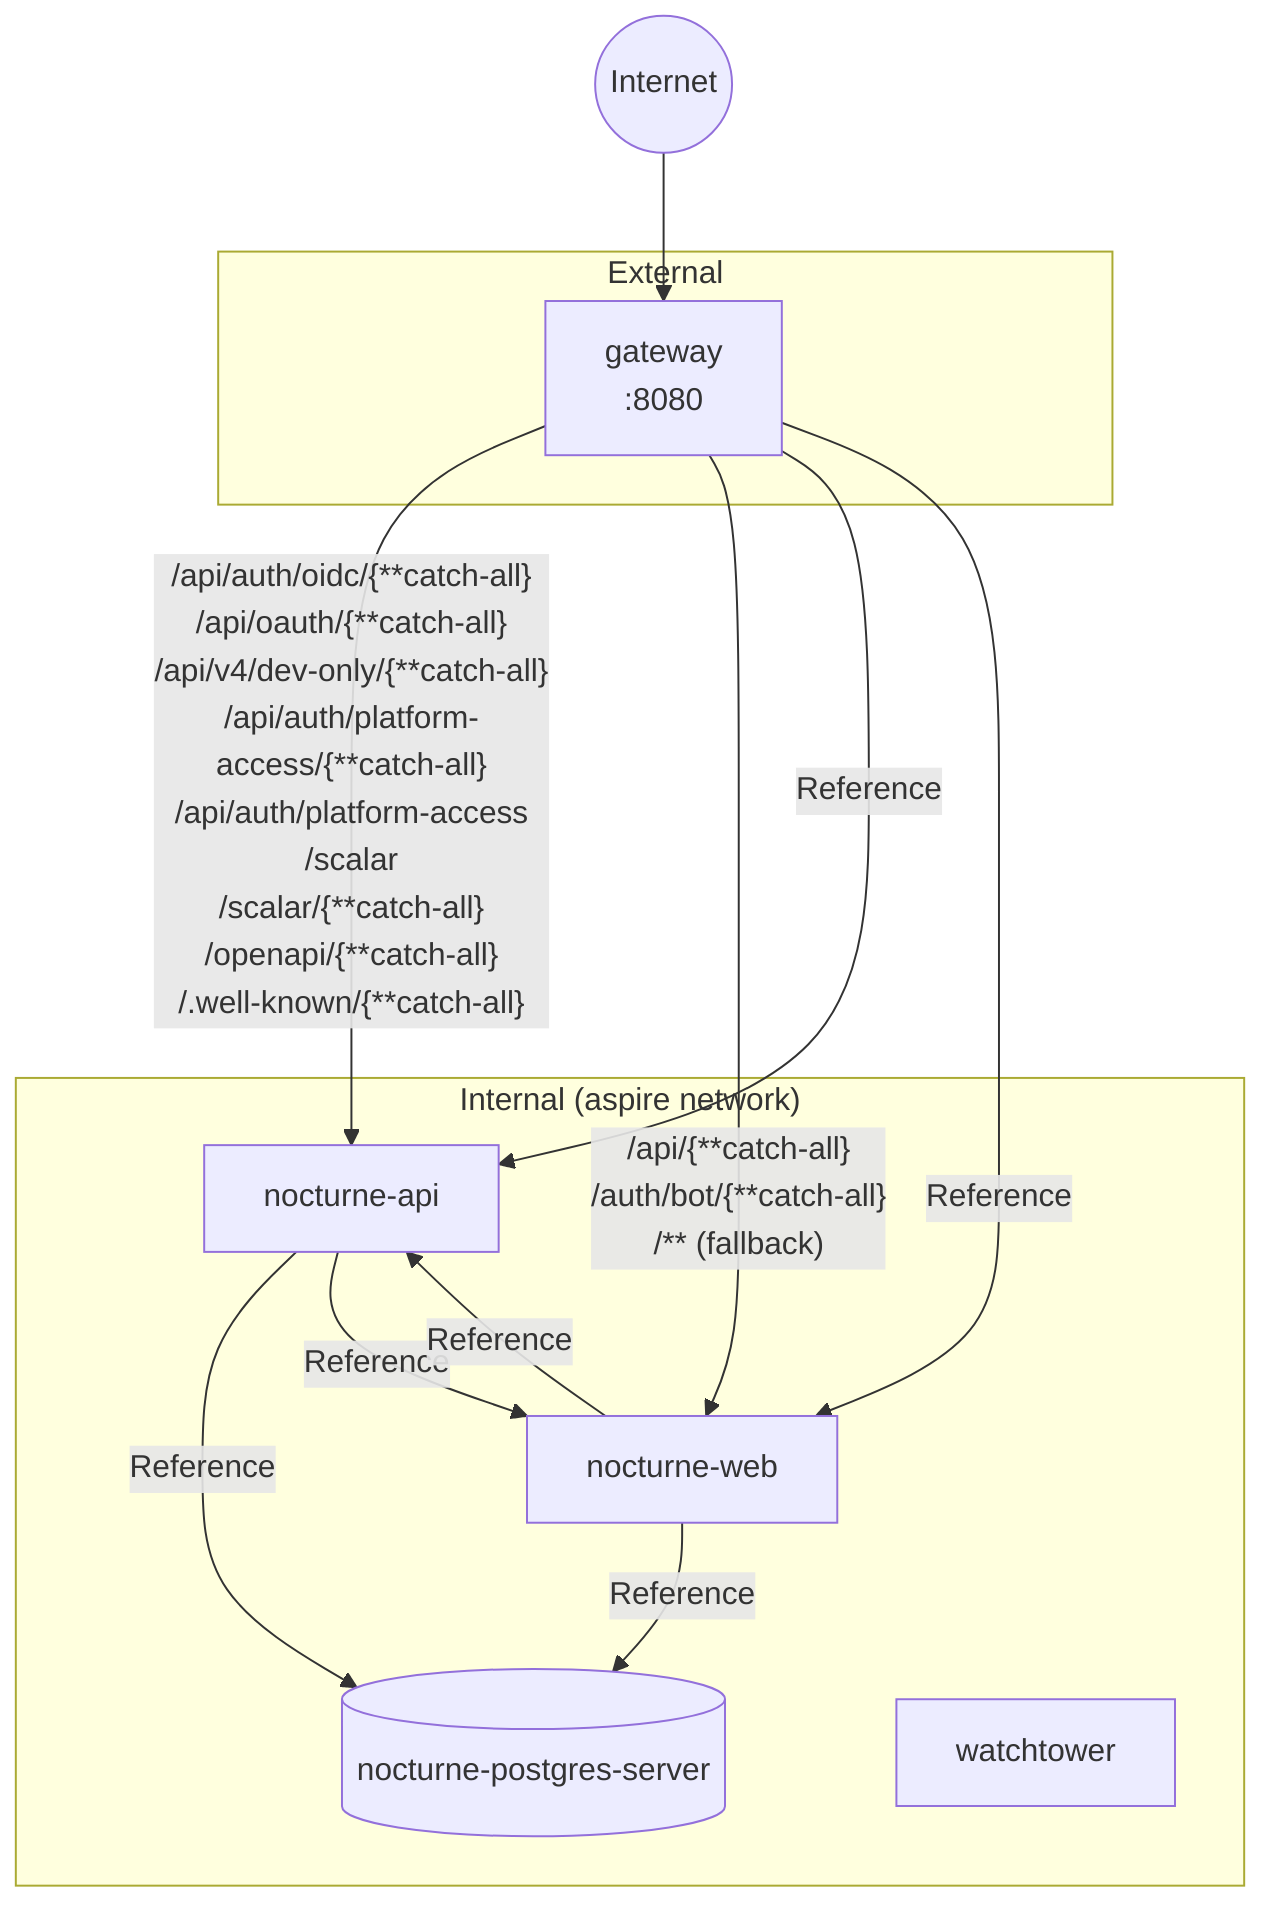
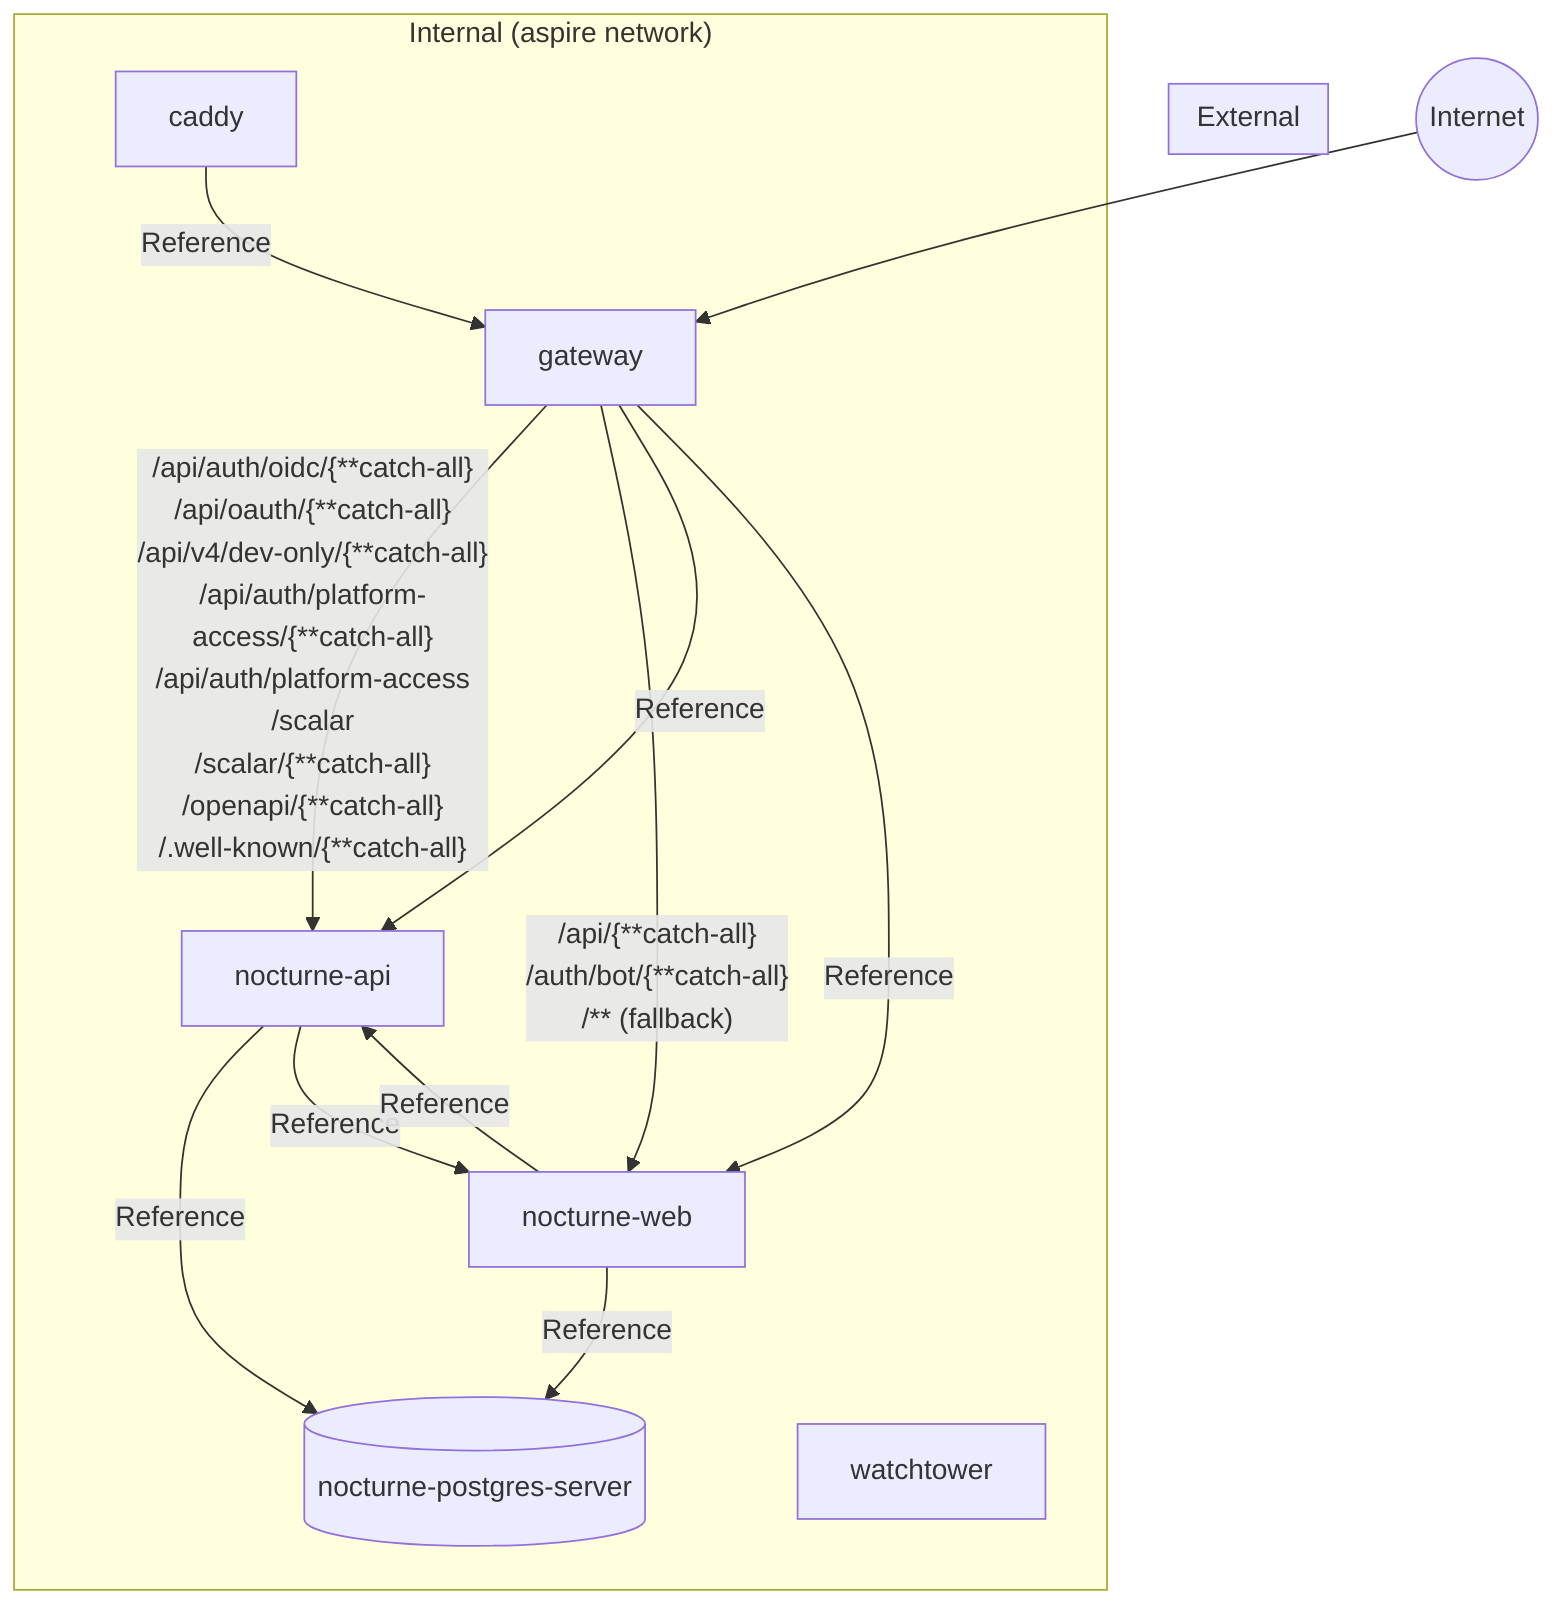
flowchart TD
    Internet((Internet))

    subgraph ext["External"]
-         gateway["gateway\n:8080"]
    end

    subgraph net["Internal (aspire network)"]
        nocturne_postgres_server[("nocturne-postgres-server")]
        nocturne_api["nocturne-api"]
        nocturne_web["nocturne-web"]
+         gateway["gateway"]
+         caddy["caddy"]
        watchtower["watchtower"]
    end

    Internet --> gateway
    gateway -->|"/api/auth/oidc/{**catch-all}\n/api/oauth/{**catch-all}\n/api/v4/dev-only/{**catch-all}\n/api/auth/platform-access/{**catch-all}\n/api/auth/platform-access\n/scalar\n/scalar/{**catch-all}\n/openapi/{**catch-all}\n/.well-known/{**catch-all}"| nocturne_api
    gateway -->|"/api/{**catch-all}\n/auth/bot/{**catch-all}\n/** (fallback)"| nocturne_web
    nocturne_api -->|Reference| nocturne_postgres_server
    nocturne_api -->|Reference| nocturne_web
    nocturne_web -->|Reference| nocturne_api
    nocturne_web -->|Reference| nocturne_postgres_server
    gateway -->|Reference| nocturne_api
-     gateway -->|Reference| nocturne_web+     gateway -->|Reference| nocturne_web
+     caddy -->|Reference| gateway